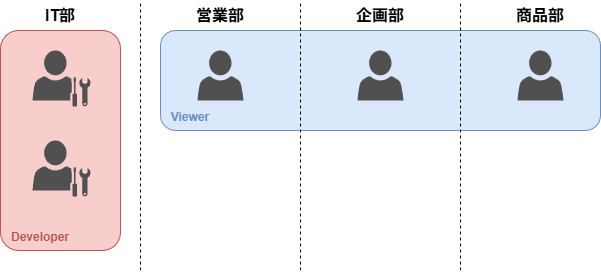
The draw.io diagram imgs/ロール設計/最小構成.png in nakashimn/docs-data-platform-arhitecture, before a commit. Source tidied: cells renumbered, new cells last; positions are measured from the earlier drawing's top-left corner, leaving out a move shared by most shapes. The source it was exported from:
```xml
<mxGraphModel>
  <root>
    <mxCell id="0" />
    <mxCell id="1" parent="0" />
    <mxCell id="2" style="rounded=1;whiteSpace=wrap;html=1;strokeColor=#b85450;fillColor=#f8cecc;" parent="1" vertex="1">
      <mxGeometry y="30" width="120" height="220" as="geometry" />
    </mxCell>
    <mxCell id="3" style="rounded=1;whiteSpace=wrap;html=1;fillColor=#dae8fc;strokeColor=#6c8ebf;" parent="1" vertex="1">
      <mxGeometry x="160" y="30" width="440" height="100" as="geometry" />
    </mxCell>
    <mxCell id="4" value="IT部" style="text;strokeColor=none;align=center;fillColor=none;html=1;verticalAlign=middle;whiteSpace=wrap;rounded=0;fontStyle=1;fontSize=16;" parent="1" vertex="1">
      <mxGeometry x="30" width="60" height="30" as="geometry" />
    </mxCell>
    <mxCell id="5" value="営業部" style="text;strokeColor=none;align=center;fillColor=none;html=1;verticalAlign=middle;whiteSpace=wrap;rounded=0;fontStyle=1;fontSize=16;" parent="1" vertex="1">
      <mxGeometry x="190" width="60" height="30" as="geometry" />
    </mxCell>
    <mxCell id="6" value="企画部" style="text;strokeColor=none;align=center;fillColor=none;html=1;verticalAlign=middle;whiteSpace=wrap;rounded=0;fontStyle=1;fontSize=16;" parent="1" vertex="1">
      <mxGeometry x="350" width="60" height="30" as="geometry" />
    </mxCell>
    <mxCell id="7" style="sketch=0;shadow=0;dashed=0;html=1;strokeColor=none;fillColor=#505050;labelPosition=center;verticalLabelPosition=bottom;verticalAlign=top;align=center;shape=mxgraph.office.users.user;" parent="1" vertex="1">
      <mxGeometry x="357" y="50" width="46" height="50" as="geometry" />
    </mxCell>
    <mxCell id="8" style="sketch=0;shadow=0;dashed=0;html=1;strokeColor=none;fillColor=#505050;labelPosition=center;verticalLabelPosition=bottom;verticalAlign=top;align=center;shape=mxgraph.office.users.administrator;" parent="1" vertex="1">
      <mxGeometry x="32" y="50" width="58" height="56" as="geometry" />
    </mxCell>
    <mxCell id="9" style="sketch=0;shadow=0;dashed=0;html=1;strokeColor=none;fillColor=#505050;labelPosition=center;verticalLabelPosition=bottom;verticalAlign=top;align=center;shape=mxgraph.office.users.administrator;" parent="1" vertex="1">
      <mxGeometry x="32" y="140" width="58" height="56" as="geometry" />
    </mxCell>
    <mxCell id="10" style="sketch=0;shadow=0;dashed=0;html=1;strokeColor=none;fillColor=#505050;labelPosition=center;verticalLabelPosition=bottom;verticalAlign=top;align=center;shape=mxgraph.office.users.user;" parent="1" vertex="1">
      <mxGeometry x="197" y="50" width="46" height="50" as="geometry" />
    </mxCell>
    <mxCell id="11" value="商品部" style="text;strokeColor=none;align=center;fillColor=none;html=1;verticalAlign=middle;whiteSpace=wrap;rounded=0;fontStyle=1;fontSize=16;" parent="1" vertex="1">
      <mxGeometry x="510" width="60" height="30" as="geometry" />
    </mxCell>
    <mxCell id="12" style="sketch=0;shadow=0;dashed=0;html=1;strokeColor=none;fillColor=#505050;labelPosition=center;verticalLabelPosition=bottom;verticalAlign=top;align=center;shape=mxgraph.office.users.user;" parent="1" vertex="1">
      <mxGeometry x="517" y="50" width="46" height="50" as="geometry" />
    </mxCell>
    <mxCell id="13" style="endArrow=none;dashed=1;html=1;" parent="1" edge="1">
      <mxGeometry relative="1" as="geometry">
        <mxPoint x="140" y="270" as="sourcePoint" />
        <mxPoint x="140" as="targetPoint" />
      </mxGeometry>
    </mxCell>
    <mxCell id="14" style="endArrow=none;dashed=1;html=1;" parent="1" edge="1">
      <mxGeometry relative="1" as="geometry">
        <mxPoint x="300" y="270" as="sourcePoint" />
        <mxPoint x="300" as="targetPoint" />
      </mxGeometry>
    </mxCell>
    <mxCell id="15" style="endArrow=none;dashed=1;html=1;" parent="1" edge="1">
      <mxGeometry relative="1" as="geometry">
        <mxPoint x="460" y="270" as="sourcePoint" />
        <mxPoint x="460" as="targetPoint" />
      </mxGeometry>
    </mxCell>
    <mxCell id="16" value="&lt;font style=&quot;font-size: 12px; color: light-dark(rgb(184, 84, 80), rgb(237, 237, 237));&quot;&gt;Developer&lt;/font&gt;" style="text;strokeColor=none;align=center;fillColor=none;html=1;verticalAlign=middle;whiteSpace=wrap;rounded=0;fontStyle=1;fontSize=16;fontColor=light-dark(#b85450, #ededed);" parent="1" vertex="1">
      <mxGeometry x="10" y="220" width="60" height="30" as="geometry" />
    </mxCell>
    <mxCell id="17" value="&lt;font style=&quot;font-size: 12px; color: light-dark(rgb(108, 142, 191), rgb(237, 237, 237));&quot;&gt;Viewer&lt;/font&gt;" style="text;strokeColor=none;align=center;fillColor=none;html=1;verticalAlign=middle;whiteSpace=wrap;rounded=0;fontStyle=1;fontSize=16;fontColor=light-dark(#b85450, #ededed);" parent="1" vertex="1">
      <mxGeometry x="160" y="100" width="60" height="30" as="geometry" />
    </mxCell>
  </root>
</mxGraphModel>
```
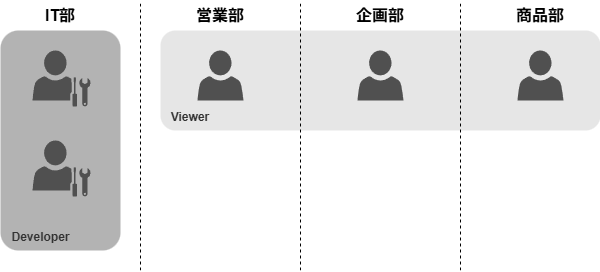
Above is the later version.

Change to the diagram source:
```diff
@@ -2,10 +2,10 @@
   <root>
     <mxCell id="0" />
     <mxCell id="1" parent="0" />
-    <mxCell id="2" style="rounded=1;whiteSpace=wrap;html=1;strokeColor=#b85450;fillColor=#f8cecc;" parent="1" vertex="1">
+    <mxCell id="2" style="rounded=1;whiteSpace=wrap;html=1;strokeColor=none;fillColor=#B3B3B3;" parent="1" vertex="1">
       <mxGeometry y="30" width="120" height="220" as="geometry" />
     </mxCell>
-    <mxCell id="3" style="rounded=1;whiteSpace=wrap;html=1;fillColor=#dae8fc;strokeColor=#6c8ebf;" parent="1" vertex="1">
+    <mxCell id="3" style="rounded=1;whiteSpace=wrap;html=1;fillColor=#E6E6E6;strokeColor=none;" parent="1" vertex="1">
       <mxGeometry x="160" y="30" width="440" height="100" as="geometry" />
     </mxCell>
     <mxCell id="4" value="IT部" style="text;strokeColor=none;align=center;fillColor=none;html=1;verticalAlign=middle;whiteSpace=wrap;rounded=0;fontStyle=1;fontSize=16;" parent="1" vertex="1">
@@ -53,10 +53,10 @@
         <mxPoint x="460" as="targetPoint" />
       </mxGeometry>
     </mxCell>
-    <mxCell id="16" value="&lt;font style=&quot;font-size: 12px; color: light-dark(rgb(184, 84, 80), rgb(237, 237, 237));&quot;&gt;Developer&lt;/font&gt;" style="text;strokeColor=none;align=center;fillColor=none;html=1;verticalAlign=middle;whiteSpace=wrap;rounded=0;fontStyle=1;fontSize=16;fontColor=light-dark(#b85450, #ededed);" parent="1" vertex="1">
+    <mxCell id="16" value="&lt;font style=&quot;font-size: 12px;&quot;&gt;Developer&lt;/font&gt;" style="text;strokeColor=none;align=center;fillColor=none;html=1;verticalAlign=middle;rounded=0;fontStyle=1;fontSize=16;fontColor=light-dark(#333333,#EDEDED);" parent="1" vertex="1">
       <mxGeometry x="10" y="220" width="60" height="30" as="geometry" />
     </mxCell>
-    <mxCell id="17" value="&lt;font style=&quot;font-size: 12px; color: light-dark(rgb(108, 142, 191), rgb(237, 237, 237));&quot;&gt;Viewer&lt;/font&gt;" style="text;strokeColor=none;align=center;fillColor=none;html=1;verticalAlign=middle;whiteSpace=wrap;rounded=0;fontStyle=1;fontSize=16;fontColor=light-dark(#b85450, #ededed);" parent="1" vertex="1">
+    <mxCell id="17" value="&lt;font style=&quot;font-size: 12px;&quot;&gt;Viewer&lt;/font&gt;" style="text;strokeColor=none;align=center;fillColor=none;html=1;verticalAlign=middle;whiteSpace=wrap;rounded=0;fontStyle=1;fontSize=16;fontColor=light-dark(#333333,#EDEDED);" parent="1" vertex="1">
       <mxGeometry x="160" y="100" width="60" height="30" as="geometry" />
     </mxCell>
   </root>
```
